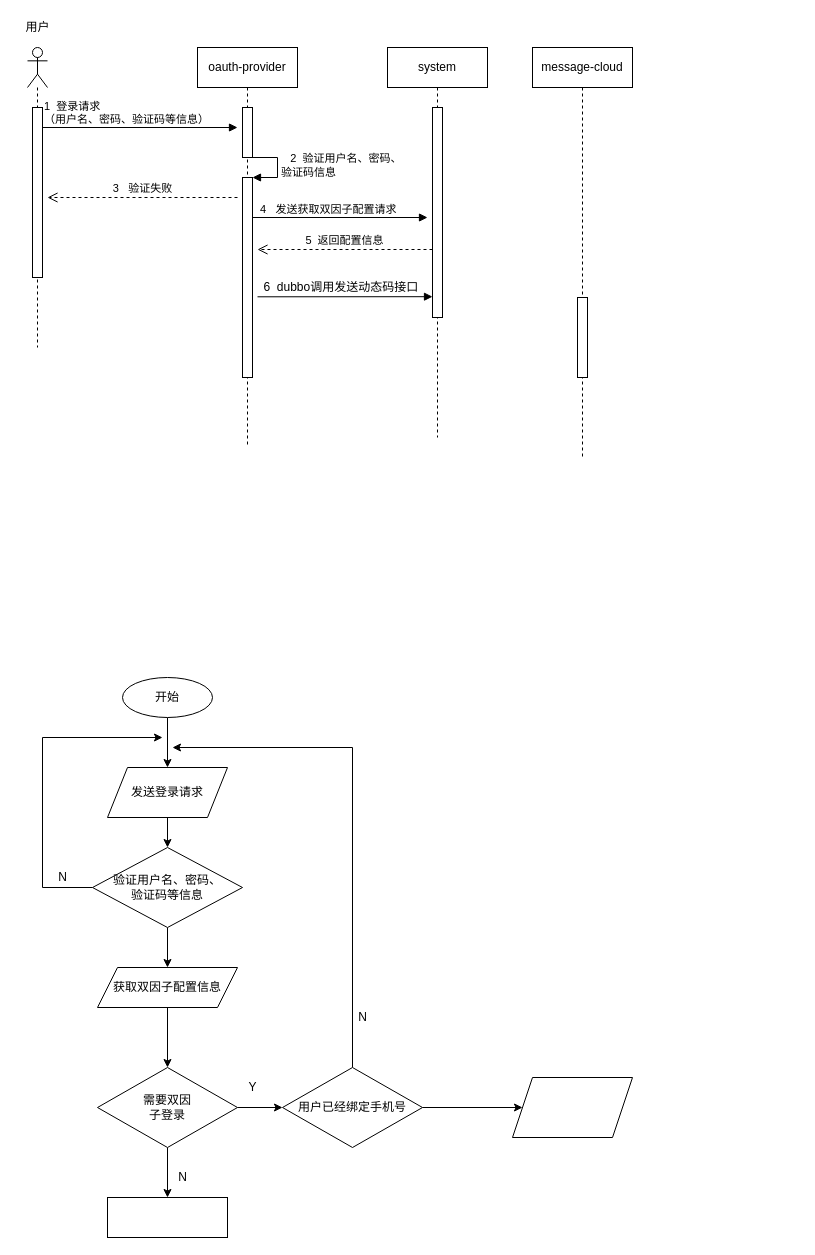
Earlier version of the draw.io diagram 双因子登录流程图.drawio (xulanliang/FirstRepository). Source tidied: cells renumbered, new cells numbered last; positions are measured from the earlier drawing's top-left corner, leaving out a move shared by most shapes. Both pictures are drawn from the tidied source at 100%, with x=0, y=0 at pixel (17, 17).
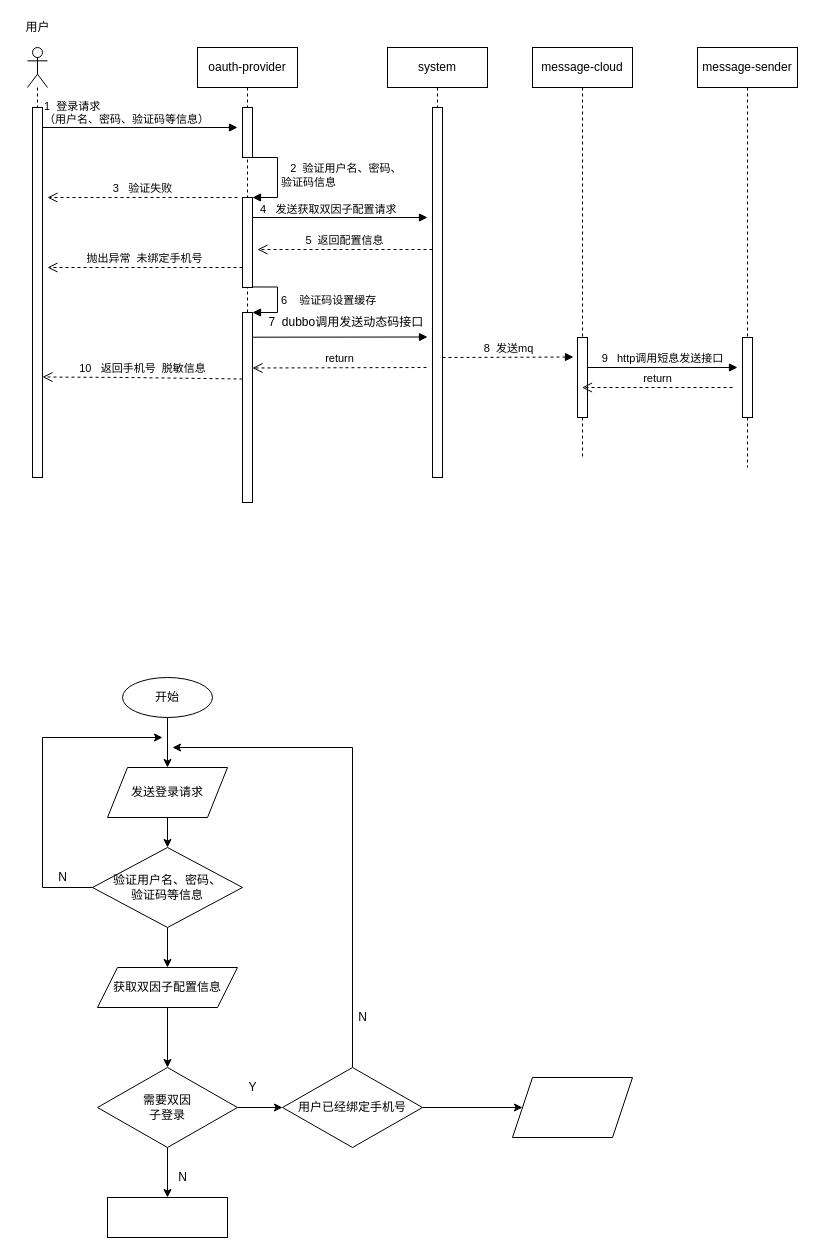
After the change.

Commit message:
Update 双因子登录流程图.drawio

Unchanged cells that the change refers to:
```xml
<mxCell id="5" value="oauth-provider" style="shape=umlLifeline;perimeter=lifelinePerimeter;whiteSpace=wrap;html=1;" parent="1" vertex="1">
  <mxGeometry x="180" y="30" width="100" height="400" as="geometry" />
</mxCell>
<mxCell id="38" value="message-cloud" style="shape=umlLifeline;perimeter=lifelinePerimeter;whiteSpace=wrap;html=1;outlineConnect=0;" parent="1" vertex="1">
  <mxGeometry x="515" y="30" width="100" height="410" as="geometry" />
</mxCell>
```

Change to the diagram source:
```diff
@@
     <mxCell id="2" style="shape=umlLifeline;participant=umlActor;perimeter=lifelinePerimeter;whiteSpace=wrap;html=1;verticalAlign=top;spacingTop=36;" parent="1" vertex="1">
-      <mxGeometry x="10" y="30" width="20" height="300" as="geometry" />
+      <mxGeometry x="10" y="30" width="20" height="410" as="geometry" />
     </mxCell>
@@
     <mxCell id="4" style="html=1;perimeter=orthogonalPerimeter;" parent="1" vertex="1">
-      <mxGeometry x="15" y="90" width="10" height="170" as="geometry" />
+      <mxGeometry x="15" y="90" width="10" height="370" as="geometry" />
     </mxCell>
@@
     <mxCell id="6" style="html=1;points=[];perimeter=orthogonalPerimeter;" parent="5" vertex="1">
-      <mxGeometry x="45" y="130" width="10" height="200" as="geometry" />
+      <mxGeometry x="45" y="150" width="10" height="90" as="geometry" />
     </mxCell>
@@
     <mxCell id="13" style="html=1;perimeter=orthogonalPerimeter;" parent="1" vertex="1">
-      <mxGeometry x="415" y="90" width="10" height="210" as="geometry" />
+      <mxGeometry x="415" y="90" width="10" height="370" as="geometry" />
     </mxCell>
@@
     <mxCell id="39" style="html=1;points=[];perimeter=orthogonalPerimeter;" parent="1" vertex="1">
-      <mxGeometry x="560" y="280" width="10" height="80" as="geometry" />
+      <mxGeometry x="560" y="320" width="10" height="80" as="geometry" />
     </mxCell>
     <mxCell id="40" style="html=1;verticalAlign=bottom;endArrow=block;" parent="1" edge="1">
       <mxGeometry relative="1" as="geometry">
-        <mxPoint x="240" y="279.3" as="sourcePoint" />
-        <mxPoint x="415" y="279.2" as="targetPoint" />
+        <mxPoint x="235" y="319.7" as="sourcePoint" />
+        <mxPoint x="410" y="319.5" as="targetPoint" />
       </mxGeometry>
     </mxCell>
-    <mxCell id="41" value="&amp;nbsp; &amp;nbsp; &amp;nbsp; &amp;nbsp; &amp;nbsp; &amp;nbsp; &amp;nbsp; 6&amp;nbsp; dubbo调用发送动态码接口" style="text;html=1;align=center;verticalAlign=middle;strokeColor=none;" parent="1" vertex="1">
-      <mxGeometry x="190" y="260" width="220" height="20" as="geometry" />
+    <mxCell id="41" value="&amp;nbsp; &amp;nbsp; &amp;nbsp; &amp;nbsp; &amp;nbsp; &amp;nbsp; &amp;nbsp; 7&amp;nbsp; dubbo调用发送动态码接口" style="text;html=1;align=center;verticalAlign=middle;strokeColor=none;" parent="1" vertex="1">
+      <mxGeometry x="195" y="295" width="220" height="20" as="geometry" />
     </mxCell>
+    <mxCell id="42" style="html=1;points=[];perimeter=orthogonalPerimeter;" parent="1" vertex="1">
+      <mxGeometry x="225" y="295" width="10" height="190" as="geometry" />
+    </mxCell>
+    <mxCell id="43" value="6&amp;nbsp; &amp;nbsp; 验证码设置缓存" style="edgeStyle=orthogonalEdgeStyle;html=1;align=left;spacingLeft=2;endArrow=block;rounded=0;entryX=1;entryY=0;exitX=1.05;exitY=0.994;exitDx=0;exitDy=0;exitPerimeter=0;" parent="1" edge="1" source="6" target="42">
+      <mxGeometry relative="1" as="geometry">
+        <Array as="points">
+          <mxPoint x="260" y="270" />
+          <mxPoint x="260" y="295" />
+        </Array>
+      </mxGeometry>
+    </mxCell>
+    <mxCell id="44" value="8&amp;nbsp; 发送mq" style="html=1;verticalAlign=bottom;endArrow=block;entryX=-0.4;entryY=0.244;entryDx=0;entryDy=0;entryPerimeter=0;dashed=1;" parent="1" edge="1" target="39">
+      <mxGeometry relative="1" as="geometry">
+        <mxPoint x="425" y="340" as="sourcePoint" />
+      </mxGeometry>
+    </mxCell>
+    <mxCell id="45" value="message-sender" style="shape=umlLifeline;perimeter=lifelinePerimeter;whiteSpace=wrap;html=1;" parent="1" vertex="1">
+      <mxGeometry x="680" y="30" width="100" height="420" as="geometry" />
+    </mxCell>
+    <mxCell id="46" style="html=1;perimeter=orthogonalPerimeter;" parent="1" vertex="1">
+      <mxGeometry x="725" y="320" width="10" height="80" as="geometry" />
+    </mxCell>
+    <mxCell id="47" value="9&amp;nbsp; &amp;nbsp;http调用短息发送接口" style="html=1;verticalAlign=bottom;endArrow=block;" parent="1" edge="1">
+      <mxGeometry relative="1" as="geometry">
+        <mxPoint x="570" y="350" as="sourcePoint" />
+        <mxPoint x="720" y="350" as="targetPoint" />
+      </mxGeometry>
+    </mxCell>
+    <mxCell id="48" value="return" style="html=1;verticalAlign=bottom;endArrow=open;dashed=1;endSize=8;" parent="1" edge="1">
+      <mxGeometry relative="1" as="geometry">
+        <mxPoint x="409" y="350" as="sourcePoint" />
+        <mxPoint x="235" y="350.5" as="targetPoint" />
+      </mxGeometry>
+    </mxCell>
+    <mxCell id="49" value="抛出异常&amp;nbsp; 未绑定手机号" style="html=1;verticalAlign=bottom;endArrow=open;dashed=1;endSize=8;" parent="1" edge="1">
+      <mxGeometry relative="1" as="geometry">
+        <mxPoint x="225" y="250" as="sourcePoint" />
+        <mxPoint x="30" y="250" as="targetPoint" />
+      </mxGeometry>
+    </mxCell>
+    <mxCell id="50" value="return" style="html=1;verticalAlign=bottom;endArrow=open;dashed=1;endSize=8;" parent="1" edge="1" target="38">
+      <mxGeometry relative="1" as="geometry">
+        <mxPoint x="715" y="370" as="sourcePoint" />
+      </mxGeometry>
+    </mxCell>
+    <mxCell id="51" value="10&amp;nbsp; &amp;nbsp;返回手机号&amp;nbsp; 脱敏信息" style="html=1;verticalAlign=bottom;endArrow=open;dashed=1;endSize=8;exitX=0;exitY=0.35;exitDx=0;exitDy=0;exitPerimeter=0;" parent="1" edge="1" source="42">
+      <mxGeometry relative="1" as="geometry">
+        <mxPoint x="25" y="359.5" as="targetPoint" />
+        <Array as="points">
+          <mxPoint x="110" y="360" />
+        </Array>
+      </mxGeometry>
+    </mxCell>
```
